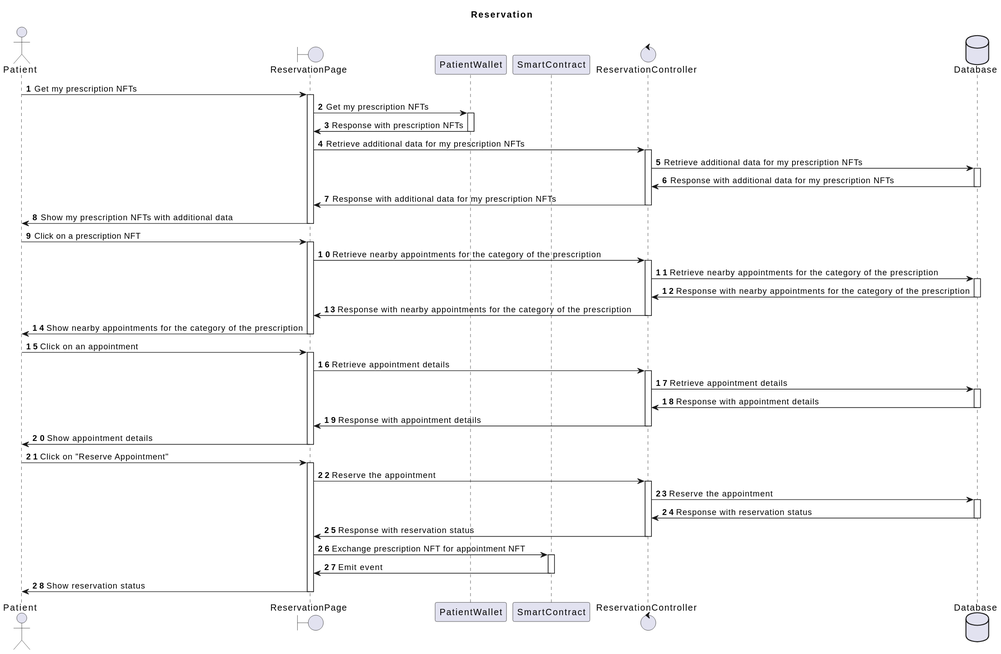
Above: uml/images/Reservation.svg in CUPChain/webapp (PlantUML), before the change.
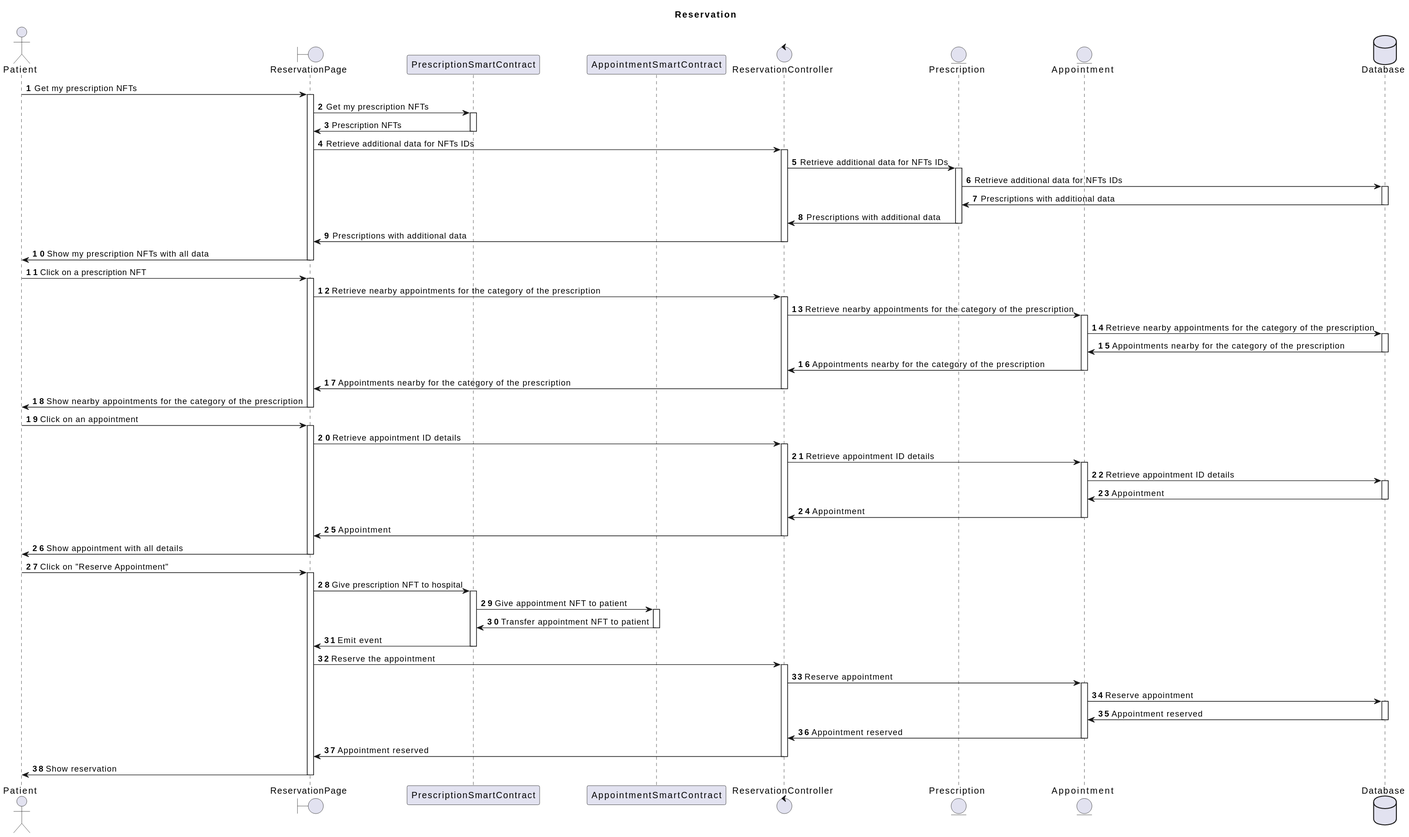
The same diagram one commit later.

Commit message:
improvement on uml

Diff of the diagram source:
```diff
@@ -4,40 +4,56 @@
 
 actor Patient as Patient
 boundary ReservationPage as ReservationPage
-participant PatientWallet as PatientWallet
-participant SmartContract as SmartContract
+participant PrescriptionSmartContract as PrescriptionSmartContract
+participant AppointmentSmartContract as AppointmentSmartContract
 control ReservationController as ReservationController
+entity Prescription as Prescription
+entity Appointment as Appointment
 database Database as Database
 
 Patient -> ReservationPage ++ : Get my prescription NFTs
-ReservationPage -> PatientWallet ++ : Get my prescription NFTs
-PatientWallet -> ReservationPage -- : Response with prescription NFTs
-ReservationPage -> ReservationController ++ : Retrieve additional data for my prescription NFTs
-ReservationController -> Database ++ : Retrieve additional data for my prescription NFTs
-Database -> ReservationController -- : Response with additional data for my prescription NFTs
-ReservationController -> ReservationPage -- : Response with additional data for my prescription NFTs
-ReservationPage -> Patient -- : Show my prescription NFTs with additional data
+ReservationPage -> PrescriptionSmartContract ++ : Get my prescription NFTs
+PrescriptionSmartContract -> ReservationPage -- : Prescription NFTs
+ReservationPage -> ReservationController ++ : Retrieve additional data for NFTs IDs
+ReservationController -> Prescription ++ : Retrieve additional data for NFTs IDs
+Prescription -> Database ++ : Retrieve additional data for NFTs IDs
+Database -> Prescription -- : Prescriptions with additional data
+Prescription -> ReservationController -- : Prescriptions with additional data
+ReservationController -> ReservationPage -- : Prescriptions with additional data
+ReservationPage -> Patient -- : Show my prescription NFTs with all data
 
 Patient -> ReservationPage ++ : Click on a prescription NFT
 ReservationPage -> ReservationController ++ : Retrieve nearby appointments for the category of the prescription
-ReservationController -> Database ++ : Retrieve nearby appointments for the category of the prescription
-Database -> ReservationController -- : Response with nearby appointments for the category of the prescription
-ReservationController -> ReservationPage -- : Response with nearby appointments for the category of the prescription
+ReservationController -> Appointment ++ : Retrieve nearby appointments for the category of the prescription
+Appointment -> Database ++ : Retrieve nearby appointments for the category of the prescription
+Database -> Appointment -- : Appointments nearby for the category of the prescription
+Appointment -> ReservationController -- : Appointments nearby for the category of the prescription
+ReservationController -> ReservationPage -- : Appointments nearby for the category of the prescription
 ReservationPage -> Patient -- : Show nearby appointments for the category of the prescription
 
 Patient -> ReservationPage ++ : Click on an appointment
-ReservationPage -> ReservationController ++ : Retrieve appointment details
-ReservationController -> Database ++ : Retrieve appointment details
-Database -> ReservationController -- : Response with appointment details
-ReservationController -> ReservationPage -- : Response with appointment details
-ReservationPage -> Patient -- : Show appointment details
+ReservationPage -> ReservationController ++ : Retrieve appointment ID details
+ReservationController -> Appointment ++ : Retrieve appointment ID details
+Appointment -> Database ++ : Retrieve appointment ID details
+Database -> Appointment -- : Appointment
+Appointment -> ReservationController -- : Appointment
+ReservationController -> ReservationPage -- : Appointment
+ReservationPage -> Patient -- : Show appointment with all details
+
 
 Patient -> ReservationPage ++ : Click on "Reserve Appointment"
+
+ReservationPage -> PrescriptionSmartContract ++ : Give prescription NFT to hospital
+PrescriptionSmartContract -> AppointmentSmartContract ++ : Give appointment NFT to patient
+AppointmentSmartContract -> PrescriptionSmartContract  --: Transfer appointment NFT to patient
+PrescriptionSmartContract -> ReservationPage -- : Emit event
+
 ReservationPage -> ReservationController ++ : Reserve the appointment
-ReservationController -> Database ++ : Reserve the appointment
-Database -> ReservationController -- : Response with reservation status
-ReservationController -> ReservationPage -- : Response with reservation status
-ReservationPage -> SmartContract ++ : Exchange prescription NFT for appointment NFT
-SmartContract -> ReservationPage -- : Emit event
-ReservationPage -> Patient -- : Show reservation status
+ReservationController -> Appointment ++ : Reserve appointment
+Appointment -> Database ++ : Reserve appointment
+Database -> Appointment -- : Appointment reserved
+Appointment -> ReservationController -- : Appointment reserved
+ReservationController -> ReservationPage -- : Appointment reserved
+
+ReservationPage -> Patient -- : Show reservation
 @enduml
```
